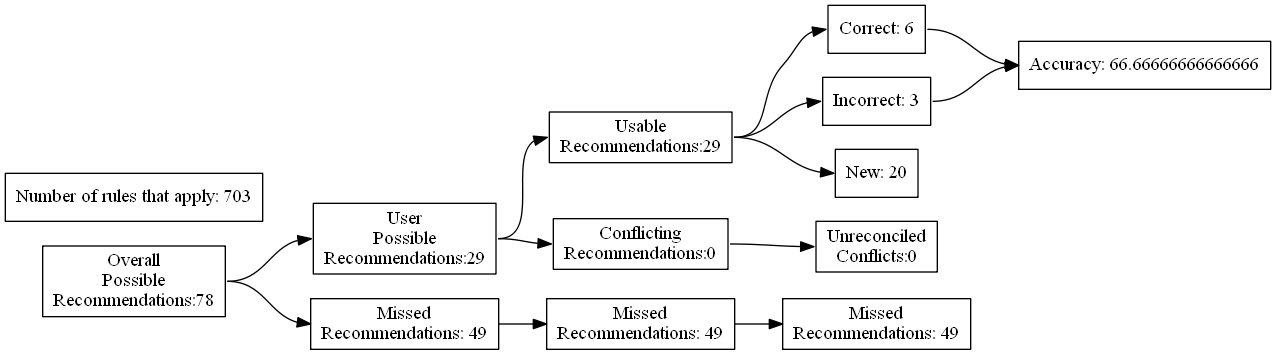
ZaxR/ibd_diet_analysis keeps this Graphviz diagram as test_renders/58.gv.png. Above is the earlier version. Its source is kept beside it as test_renders/58.gv.
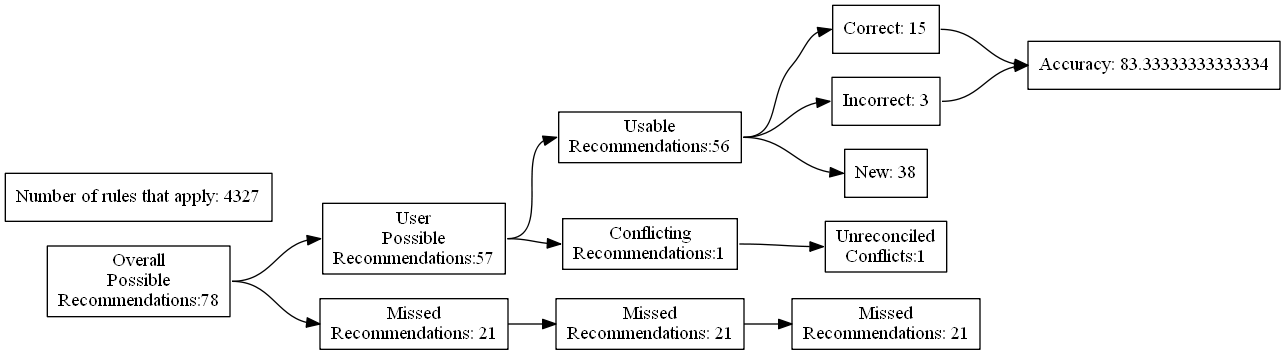
After the change.

Diff of the diagram source:
```diff
@@ -7,24 +7,24 @@
 Recommendations:78"]
 		B [label="User
 Possible
-Recommendations:29"]
+Recommendations:57"]
 		C [label="Missed
-Recommendations: 49"]
+Recommendations: 21"]
 		D [label="Usable
-Recommendations:29"]
+Recommendations:56"]
 		E [label="Conflicting
-Recommendations:0"]
+Recommendations:1"]
 		J [label="Missed
-Recommendations: 49"]
+Recommendations: 21"]
 		M [label="Unreconciled
-Conflicts:0"]
-		F [label="Correct: 6"]
+Conflicts:1"]
+		F [label="Correct: 15"]
 		G [label="Incorrect: 3"]
-		H [label="New: 20"]
+		H [label="New: 38"]
 		K [label="Missed
-Recommendations: 49"]
-		I [label="Accuracy: 66.66666666666666"]
-		l [label="Number of rules that apply: 703"]
+Recommendations: 21"]
+		I [label="Accuracy: 83.33333333333334"]
+		l [label="Number of rules that apply: 4327"]
 			A -> B
 			A -> C
 			B -> D
```
